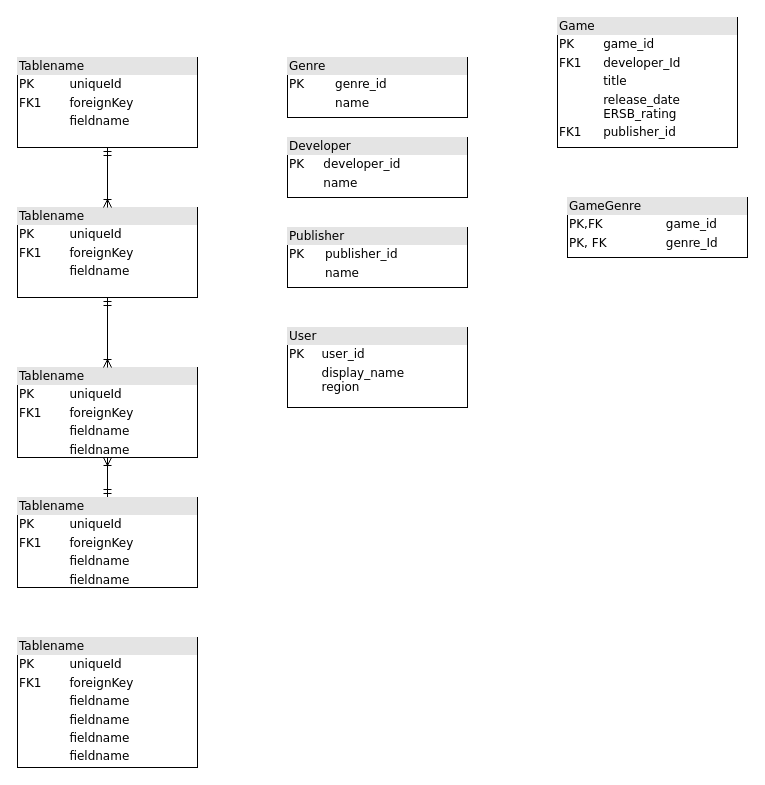
Earlier version of the draw.io diagram logic.drawio (nummy/blog). Source tidied: cells renumbered, new cells numbered last; positions are measured from the earlier drawing's top-left corner, leaving out a move shared by most shapes. Both pictures are drawn from the tidied source at 100%, with x=0, y=0 at pixel (17, 17).
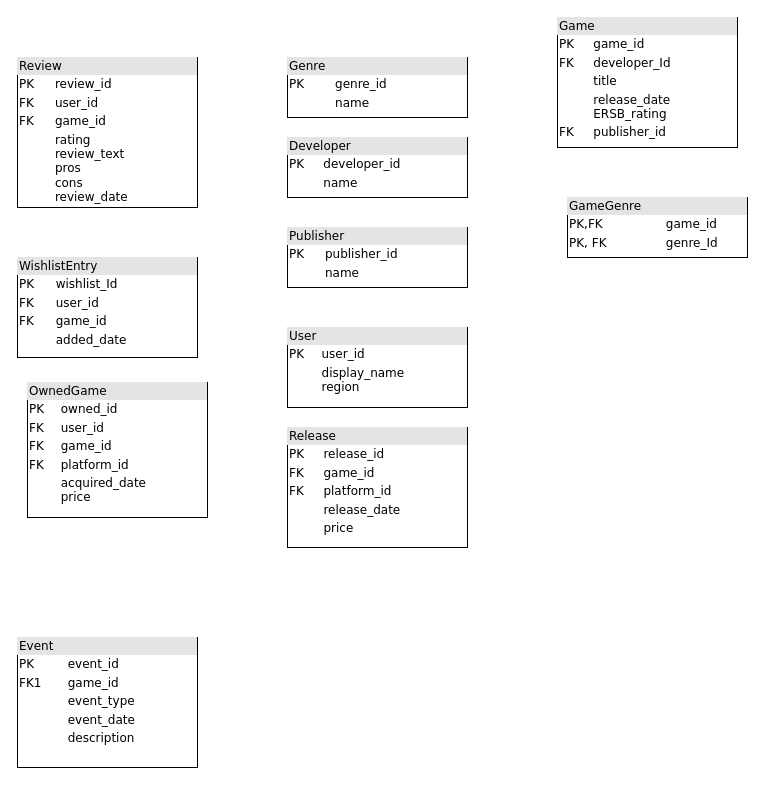
The same diagram, later.

Diff of the diagram source:
```diff
@@
 <mxGraphModel>
   <root>
     <mxCell id="0" />
     <mxCell id="1" parent="0" />
-    <mxCell id="2" value="&lt;div style=&quot;box-sizing:border-box;width:100%;background:#e4e4e4;padding:2px;&quot;&gt;Tablename&lt;/div&gt;&lt;table style=&quot;width:100%;font-size:1em;&quot; cellpadding=&quot;2&quot; cellspacing=&quot;0&quot;&gt;&lt;tr&gt;&lt;td&gt;PK&lt;/td&gt;&lt;td&gt;uniqueId&lt;/td&gt;&lt;/tr&gt;&lt;tr&gt;&lt;td&gt;FK1&lt;/td&gt;&lt;td&gt;foreignKey&lt;/td&gt;&lt;/tr&gt;&lt;tr&gt;&lt;td&gt;&lt;/td&gt;&lt;td&gt;fieldname&lt;/td&gt;&lt;/tr&gt;&lt;/table&gt;" style="verticalAlign=top;align=left;overflow=fill;html=1;rounded=0;shadow=0;comic=0;labelBackgroundColor=none;strokeWidth=1;fontFamily=Verdana;fontSize=12;" parent="1" vertex="1">
-      <mxGeometry y="40" width="180" height="90" as="geometry" />
+    <mxCell id="2" value="&lt;div style=&quot;box-sizing: border-box; width: 100%; background: rgb(228, 228, 228); padding: 2px;&quot;&gt;Review&lt;/div&gt;&lt;table style=&quot;width:100%;font-size:1em;&quot; cellpadding=&quot;2&quot; cellspacing=&quot;0&quot;&gt;&lt;tbody&gt;&lt;tr&gt;&lt;td&gt;PK&lt;/td&gt;&lt;td&gt;review_id&lt;/td&gt;&lt;/tr&gt;&lt;tr&gt;&lt;td&gt;FK&lt;/td&gt;&lt;td&gt;user_id&lt;/td&gt;&lt;/tr&gt;&lt;tr&gt;&lt;td&gt;FK&lt;/td&gt;&lt;td&gt;game_id&lt;/td&gt;&lt;/tr&gt;&lt;tr&gt;&lt;td&gt;&lt;/td&gt;&lt;td&gt;rating&lt;br&gt;review_text&lt;br&gt;pros&lt;br&gt;cons&lt;br&gt;review_date&lt;/td&gt;&lt;/tr&gt;&lt;/tbody&gt;&lt;/table&gt;" style="verticalAlign=top;align=left;overflow=fill;html=1;rounded=0;shadow=0;comic=0;labelBackgroundColor=none;strokeWidth=1;fontFamily=Verdana;fontSize=12;" parent="1" vertex="1">
+      <mxGeometry y="40" width="180" height="150" as="geometry" />
     </mxCell>
-    <mxCell id="3" style="edgeStyle=orthogonalEdgeStyle;html=1;labelBackgroundColor=none;startArrow=ERmandOne;endArrow=ERoneToMany;fontFamily=Verdana;fontSize=12;align=left;" parent="1" edge="1" source="4" target="5">
-      <mxGeometry relative="1" as="geometry" />
-    </mxCell>
-    <mxCell id="4" value="&lt;div style=&quot;box-sizing: border-box ; width: 100% ; background: #e4e4e4 ; padding: 2px&quot;&gt;Tablename&lt;/div&gt;&lt;table style=&quot;width: 100% ; font-size: 1em&quot; cellpadding=&quot;2&quot; cellspacing=&quot;0&quot;&gt;&lt;tbody&gt;&lt;tr&gt;&lt;td&gt;PK&lt;/td&gt;&lt;td&gt;uniqueId&lt;/td&gt;&lt;/tr&gt;&lt;tr&gt;&lt;td&gt;FK1&lt;/td&gt;&lt;td&gt;foreignKey&lt;/td&gt;&lt;/tr&gt;&lt;tr&gt;&lt;td&gt;&lt;/td&gt;&lt;td&gt;fieldname&lt;/td&gt;&lt;/tr&gt;&lt;tr&gt;&lt;td&gt;&lt;br&gt;&lt;/td&gt;&lt;td&gt;fieldname&lt;br&gt;&lt;/td&gt;&lt;/tr&gt;&lt;/tbody&gt;&lt;/table&gt;" style="verticalAlign=top;align=left;overflow=fill;html=1;rounded=0;shadow=0;comic=0;labelBackgroundColor=none;strokeWidth=1;fontFamily=Verdana;fontSize=12;" parent="1" vertex="1">
-      <mxGeometry y="480" width="180" height="90" as="geometry" />
+    <mxCell id="4" value="&lt;div style=&quot;box-sizing: border-box; width: 100%; background: rgb(228, 228, 228); padding: 2px;&quot;&gt;Release&lt;/div&gt;&lt;table style=&quot;width: 100% ; font-size: 1em&quot; cellpadding=&quot;2&quot; cellspacing=&quot;0&quot;&gt;&lt;tbody&gt;&lt;tr&gt;&lt;td&gt;PK&lt;/td&gt;&lt;td&gt;release_id&lt;/td&gt;&lt;/tr&gt;&lt;tr&gt;&lt;td&gt;FK&lt;/td&gt;&lt;td&gt;game_id&lt;/td&gt;&lt;/tr&gt;&lt;tr&gt;&lt;td&gt;FK&lt;/td&gt;&lt;td&gt;platform_id&lt;/td&gt;&lt;/tr&gt;&lt;tr&gt;&lt;td&gt;&lt;/td&gt;&lt;td&gt;release_date&lt;/td&gt;&lt;/tr&gt;&lt;tr&gt;&lt;td&gt;&lt;br&gt;&lt;/td&gt;&lt;td&gt;price&lt;br&gt;&lt;/td&gt;&lt;/tr&gt;&lt;/tbody&gt;&lt;/table&gt;" style="verticalAlign=top;align=left;overflow=fill;html=1;rounded=0;shadow=0;comic=0;labelBackgroundColor=none;strokeWidth=1;fontFamily=Verdana;fontSize=12;" parent="1" vertex="1">
+      <mxGeometry x="270" y="410" width="180" height="120" as="geometry" />
     </mxCell>
-    <mxCell id="5" value="&lt;div style=&quot;box-sizing: border-box ; width: 100% ; background: #e4e4e4 ; padding: 2px&quot;&gt;Tablename&lt;/div&gt;&lt;table style=&quot;width: 100% ; font-size: 1em&quot; cellpadding=&quot;2&quot; cellspacing=&quot;0&quot;&gt;&lt;tbody&gt;&lt;tr&gt;&lt;td&gt;PK&lt;/td&gt;&lt;td&gt;uniqueId&lt;/td&gt;&lt;/tr&gt;&lt;tr&gt;&lt;td&gt;FK1&lt;/td&gt;&lt;td&gt;foreignKey&lt;/td&gt;&lt;/tr&gt;&lt;tr&gt;&lt;td&gt;&lt;/td&gt;&lt;td&gt;fieldname&lt;/td&gt;&lt;/tr&gt;&lt;tr&gt;&lt;td&gt;&lt;br&gt;&lt;/td&gt;&lt;td&gt;fieldname&lt;br&gt;&lt;/td&gt;&lt;/tr&gt;&lt;/tbody&gt;&lt;/table&gt;" style="verticalAlign=top;align=left;overflow=fill;html=1;rounded=0;shadow=0;comic=0;labelBackgroundColor=none;strokeWidth=1;fontFamily=Verdana;fontSize=12;" parent="1" vertex="1">
-      <mxGeometry y="350" width="180" height="90" as="geometry" />
-    </mxCell>
-    <mxCell id="6" style="edgeStyle=orthogonalEdgeStyle;html=1;entryX=0.5;entryY=0;labelBackgroundColor=none;startArrow=ERmandOne;endArrow=ERoneToMany;fontFamily=Verdana;fontSize=12;align=left;" parent="1" edge="1" source="7" target="5">
-      <mxGeometry relative="1" as="geometry" />
-    </mxCell>
-    <mxCell id="7" value="&lt;div style=&quot;box-sizing:border-box;width:100%;background:#e4e4e4;padding:2px;&quot;&gt;Tablename&lt;/div&gt;&lt;table style=&quot;width:100%;font-size:1em;&quot; cellpadding=&quot;2&quot; cellspacing=&quot;0&quot;&gt;&lt;tr&gt;&lt;td&gt;PK&lt;/td&gt;&lt;td&gt;uniqueId&lt;/td&gt;&lt;/tr&gt;&lt;tr&gt;&lt;td&gt;FK1&lt;/td&gt;&lt;td&gt;foreignKey&lt;/td&gt;&lt;/tr&gt;&lt;tr&gt;&lt;td&gt;&lt;/td&gt;&lt;td&gt;fieldname&lt;/td&gt;&lt;/tr&gt;&lt;/table&gt;" style="verticalAlign=top;align=left;overflow=fill;html=1;rounded=0;shadow=0;comic=0;labelBackgroundColor=none;strokeWidth=1;fontFamily=Verdana;fontSize=12;" parent="1" vertex="1">
-      <mxGeometry y="190" width="180" height="90" as="geometry" />
+    <mxCell id="7" value="&lt;div style=&quot;box-sizing: border-box; width: 100%; background: rgb(228, 228, 228); padding: 2px;&quot;&gt;WishlistEntry&lt;/div&gt;&lt;table style=&quot;width:100%;font-size:1em;&quot; cellpadding=&quot;2&quot; cellspacing=&quot;0&quot;&gt;&lt;tbody&gt;&lt;tr&gt;&lt;td&gt;PK&lt;/td&gt;&lt;td&gt;wishlist_Id&lt;/td&gt;&lt;/tr&gt;&lt;tr&gt;&lt;td&gt;FK&lt;/td&gt;&lt;td&gt;user_id&lt;/td&gt;&lt;/tr&gt;&lt;tr&gt;&lt;td&gt;FK&lt;/td&gt;&lt;td&gt;game_id&lt;/td&gt;&lt;/tr&gt;&lt;tr&gt;&lt;td&gt;&lt;/td&gt;&lt;td&gt;added_date&lt;/td&gt;&lt;/tr&gt;&lt;/tbody&gt;&lt;/table&gt;" style="verticalAlign=top;align=left;overflow=fill;html=1;rounded=0;shadow=0;comic=0;labelBackgroundColor=none;strokeWidth=1;fontFamily=Verdana;fontSize=12;" parent="1" vertex="1">
+      <mxGeometry y="240" width="180" height="100" as="geometry" />
     </mxCell>
-    <mxCell id="8" value="&lt;div style=&quot;box-sizing: border-box; width: 100%; background: rgb(228, 228, 228); padding: 2px;&quot;&gt;Game&lt;/div&gt;&lt;table style=&quot;width: 100% ; font-size: 1em&quot; cellpadding=&quot;2&quot; cellspacing=&quot;0&quot;&gt;&lt;tbody&gt;&lt;tr&gt;&lt;td&gt;PK&lt;/td&gt;&lt;td&gt;game_id&lt;/td&gt;&lt;/tr&gt;&lt;tr&gt;&lt;td&gt;FK1&lt;/td&gt;&lt;td&gt;developer_Id&lt;/td&gt;&lt;/tr&gt;&lt;tr&gt;&lt;td&gt;&lt;/td&gt;&lt;td&gt;title&lt;/td&gt;&lt;/tr&gt;&lt;tr&gt;&lt;td&gt;&lt;br&gt;&lt;/td&gt;&lt;td&gt;release_date&lt;br&gt;ERSB_rating&lt;/td&gt;&lt;/tr&gt;&lt;tr&gt;&lt;td&gt;FK1&lt;br&gt;&lt;/td&gt;&lt;td&gt;publisher_id&lt;br&gt;&lt;/td&gt;&lt;/tr&gt;&lt;/tbody&gt;&lt;/table&gt;" style="verticalAlign=top;align=left;overflow=fill;html=1;rounded=0;shadow=0;comic=0;labelBackgroundColor=none;strokeWidth=1;fontFamily=Verdana;fontSize=12;" parent="1" vertex="1">
+    <mxCell id="8" value="&lt;div style=&quot;box-sizing: border-box; width: 100%; background: rgb(228, 228, 228); padding: 2px;&quot;&gt;Game&lt;/div&gt;&lt;table style=&quot;width: 100% ; font-size: 1em&quot; cellpadding=&quot;2&quot; cellspacing=&quot;0&quot;&gt;&lt;tbody&gt;&lt;tr&gt;&lt;td&gt;PK&lt;/td&gt;&lt;td&gt;game_id&lt;/td&gt;&lt;/tr&gt;&lt;tr&gt;&lt;td&gt;FK&lt;/td&gt;&lt;td&gt;developer_Id&lt;/td&gt;&lt;/tr&gt;&lt;tr&gt;&lt;td&gt;&lt;/td&gt;&lt;td&gt;title&lt;/td&gt;&lt;/tr&gt;&lt;tr&gt;&lt;td&gt;&lt;br&gt;&lt;/td&gt;&lt;td&gt;release_date&lt;br&gt;ERSB_rating&lt;/td&gt;&lt;/tr&gt;&lt;tr&gt;&lt;td&gt;FK&lt;br&gt;&lt;/td&gt;&lt;td&gt;publisher_id&lt;br&gt;&lt;/td&gt;&lt;/tr&gt;&lt;/tbody&gt;&lt;/table&gt;" style="verticalAlign=top;align=left;overflow=fill;html=1;rounded=0;shadow=0;comic=0;labelBackgroundColor=none;strokeWidth=1;fontFamily=Verdana;fontSize=12;" parent="1" vertex="1">
       <mxGeometry x="540" width="180" height="130" as="geometry" />
     </mxCell>
-    <mxCell id="9" value="&lt;div style=&quot;box-sizing: border-box ; width: 100% ; background: #e4e4e4 ; padding: 2px&quot;&gt;Tablename&lt;/div&gt;&lt;table style=&quot;width: 100% ; font-size: 1em&quot; cellpadding=&quot;2&quot; cellspacing=&quot;0&quot;&gt;&lt;tbody&gt;&lt;tr&gt;&lt;td&gt;PK&lt;/td&gt;&lt;td&gt;uniqueId&lt;/td&gt;&lt;/tr&gt;&lt;tr&gt;&lt;td&gt;FK1&lt;/td&gt;&lt;td&gt;foreignKey&lt;/td&gt;&lt;/tr&gt;&lt;tr&gt;&lt;td&gt;&lt;/td&gt;&lt;td&gt;fieldname&lt;/td&gt;&lt;/tr&gt;&lt;tr&gt;&lt;td&gt;&lt;br&gt;&lt;/td&gt;&lt;td&gt;fieldname&lt;br&gt;&lt;/td&gt;&lt;/tr&gt;&lt;tr&gt;&lt;td&gt;&lt;br&gt;&lt;/td&gt;&lt;td&gt;fieldname&lt;br&gt;&lt;/td&gt;&lt;/tr&gt;&lt;tr&gt;&lt;td&gt;&lt;br&gt;&lt;/td&gt;&lt;td&gt;fieldname&lt;br&gt;&lt;/td&gt;&lt;/tr&gt;&lt;/tbody&gt;&lt;/table&gt;" style="verticalAlign=top;align=left;overflow=fill;html=1;rounded=0;shadow=0;comic=0;labelBackgroundColor=none;strokeWidth=1;fontFamily=Verdana;fontSize=12;" parent="1" vertex="1">
+    <mxCell id="9" value="&lt;div style=&quot;box-sizing: border-box; width: 100%; background: rgb(228, 228, 228); padding: 2px;&quot;&gt;Event&lt;/div&gt;&lt;table style=&quot;width: 100% ; font-size: 1em&quot; cellpadding=&quot;2&quot; cellspacing=&quot;0&quot;&gt;&lt;tbody&gt;&lt;tr&gt;&lt;td&gt;PK&lt;/td&gt;&lt;td&gt;event_id&lt;/td&gt;&lt;/tr&gt;&lt;tr&gt;&lt;td&gt;FK1&lt;/td&gt;&lt;td&gt;game_id&lt;/td&gt;&lt;/tr&gt;&lt;tr&gt;&lt;td&gt;&lt;/td&gt;&lt;td&gt;event_type&lt;/td&gt;&lt;/tr&gt;&lt;tr&gt;&lt;td&gt;&lt;br&gt;&lt;/td&gt;&lt;td&gt;event_date&lt;br&gt;&lt;/td&gt;&lt;/tr&gt;&lt;tr&gt;&lt;td&gt;&lt;br&gt;&lt;/td&gt;&lt;td&gt;description&lt;br&gt;&lt;/td&gt;&lt;/tr&gt;&lt;/tbody&gt;&lt;/table&gt;" style="verticalAlign=top;align=left;overflow=fill;html=1;rounded=0;shadow=0;comic=0;labelBackgroundColor=none;strokeWidth=1;fontFamily=Verdana;fontSize=12;" parent="1" vertex="1">
       <mxGeometry y="620" width="180" height="130" as="geometry" />
     </mxCell>
-    <mxCell id="10" style="edgeStyle=orthogonalEdgeStyle;html=1;endArrow=ERoneToMany;startArrow=ERmandOne;labelBackgroundColor=none;fontFamily=Verdana;fontSize=12;align=left;exitX=0.5;exitY=1;entryX=0.5;entryY=0;" parent="1" edge="1" source="2" target="7">
-      <mxGeometry relative="1" as="geometry" />
-    </mxCell>
     <mxCell id="11" value="&lt;div style=&quot;box-sizing: border-box; width: 100%; background: rgb(228, 228, 228); padding: 2px;&quot;&gt;Genre&lt;/div&gt;&lt;table style=&quot;width:100%;font-size:1em;&quot; cellpadding=&quot;2&quot; cellspacing=&quot;0&quot;&gt;&lt;tbody&gt;&lt;tr&gt;&lt;td&gt;PK&lt;/td&gt;&lt;td&gt;genre_id&lt;/td&gt;&lt;/tr&gt;&lt;tr&gt;&lt;td&gt;&lt;/td&gt;&lt;td&gt;name&lt;/td&gt;&lt;/tr&gt;&lt;/tbody&gt;&lt;/table&gt;" style="verticalAlign=top;align=left;overflow=fill;html=1;rounded=0;shadow=0;comic=0;labelBackgroundColor=none;strokeWidth=1;fontFamily=Verdana;fontSize=12;" parent="1" vertex="1">
       <mxGeometry x="270" y="40" width="180" height="60" as="geometry" />
     </mxCell>
     <mxCell id="12" value="&lt;div style=&quot;box-sizing: border-box; width: 100%; background: rgb(228, 228, 228); padding: 2px;&quot;&gt;GameGenre&lt;/div&gt;&lt;table style=&quot;width: 100% ; font-size: 1em&quot; cellpadding=&quot;2&quot; cellspacing=&quot;0&quot;&gt;&lt;tbody&gt;&lt;tr&gt;&lt;td&gt;PK,FK&lt;/td&gt;&lt;td&gt;game_id&lt;/td&gt;&lt;/tr&gt;&lt;tr&gt;&lt;td&gt;PK, FK&lt;span style=&quot;white-space: pre;&quot;&gt;&#9;&lt;/span&gt;&lt;br&gt;&lt;/td&gt;&lt;td&gt;genre_Id&lt;/td&gt;&lt;/tr&gt;&lt;/tbody&gt;&lt;/table&gt;" style="verticalAlign=top;align=left;overflow=fill;html=1;rounded=0;shadow=0;comic=0;labelBackgroundColor=none;strokeWidth=1;fontFamily=Verdana;fontSize=12;" parent="1" vertex="1">
       <mxGeometry x="550" y="180" width="180" height="60" as="geometry" />
     </mxCell>
     <mxCell id="13" value="&lt;div style=&quot;box-sizing: border-box; width: 100%; background: rgb(228, 228, 228); padding: 2px;&quot;&gt;Developer&lt;/div&gt;&lt;table style=&quot;width:100%;font-size:1em;&quot; cellpadding=&quot;2&quot; cellspacing=&quot;0&quot;&gt;&lt;tbody&gt;&lt;tr&gt;&lt;td&gt;PK&lt;/td&gt;&lt;td&gt;developer_id&lt;/td&gt;&lt;/tr&gt;&lt;tr&gt;&lt;td&gt;&lt;/td&gt;&lt;td&gt;name&lt;/td&gt;&lt;/tr&gt;&lt;/tbody&gt;&lt;/table&gt;" style="verticalAlign=top;align=left;overflow=fill;html=1;rounded=0;shadow=0;comic=0;labelBackgroundColor=none;strokeWidth=1;fontFamily=Verdana;fontSize=12;" parent="1" vertex="1">
       <mxGeometry x="270" y="120" width="180" height="60" as="geometry" />
     </mxCell>
     <mxCell id="14" value="&lt;div style=&quot;box-sizing: border-box; width: 100%; background: rgb(228, 228, 228); padding: 2px;&quot;&gt;Publisher&lt;/div&gt;&lt;table style=&quot;width:100%;font-size:1em;&quot; cellpadding=&quot;2&quot; cellspacing=&quot;0&quot;&gt;&lt;tbody&gt;&lt;tr&gt;&lt;td&gt;PK&lt;/td&gt;&lt;td&gt;publisher_id&lt;/td&gt;&lt;/tr&gt;&lt;tr&gt;&lt;td&gt;&lt;/td&gt;&lt;td&gt;name&lt;/td&gt;&lt;/tr&gt;&lt;/tbody&gt;&lt;/table&gt;" style="verticalAlign=top;align=left;overflow=fill;html=1;rounded=0;shadow=0;comic=0;labelBackgroundColor=none;strokeWidth=1;fontFamily=Verdana;fontSize=12;" parent="1" vertex="1">
       <mxGeometry x="270" y="210" width="180" height="60" as="geometry" />
     </mxCell>
     <mxCell id="15" value="&lt;div style=&quot;box-sizing: border-box; width: 100%; background: rgb(228, 228, 228); padding: 2px;&quot;&gt;User&lt;/div&gt;&lt;table style=&quot;width:100%;font-size:1em;&quot; cellpadding=&quot;2&quot; cellspacing=&quot;0&quot;&gt;&lt;tbody&gt;&lt;tr&gt;&lt;td&gt;PK&lt;/td&gt;&lt;td&gt;user_id&lt;/td&gt;&lt;/tr&gt;&lt;tr&gt;&lt;td&gt;&lt;/td&gt;&lt;td&gt;display_name&lt;br&gt;region&lt;/td&gt;&lt;/tr&gt;&lt;/tbody&gt;&lt;/table&gt;" style="verticalAlign=top;align=left;overflow=fill;html=1;rounded=0;shadow=0;comic=0;labelBackgroundColor=none;strokeWidth=1;fontFamily=Verdana;fontSize=12;" parent="1" vertex="1">
       <mxGeometry x="270" y="310" width="180" height="80" as="geometry" />
     </mxCell>
+    <mxCell id="16" value="&lt;div style=&quot;box-sizing: border-box; width: 100%; background: rgb(228, 228, 228); padding: 2px;&quot;&gt;OwnedGame&lt;/div&gt;&lt;table style=&quot;width:100%;font-size:1em;&quot; cellpadding=&quot;2&quot; cellspacing=&quot;0&quot;&gt;&lt;tbody&gt;&lt;tr&gt;&lt;td&gt;PK&lt;/td&gt;&lt;td&gt;owned_id&lt;/td&gt;&lt;/tr&gt;&lt;tr&gt;&lt;td&gt;FK&lt;/td&gt;&lt;td&gt;user_id&lt;/td&gt;&lt;/tr&gt;&lt;tr&gt;&lt;td&gt;FK&lt;/td&gt;&lt;td&gt;game_id&lt;/td&gt;&lt;/tr&gt;&lt;tr&gt;&lt;td&gt;FK&lt;/td&gt;&lt;td&gt;platform_id&lt;/td&gt;&lt;/tr&gt;&lt;tr&gt;&lt;td&gt;&lt;/td&gt;&lt;td&gt;acquired_date&lt;br&gt;price&lt;/td&gt;&lt;/tr&gt;&lt;/tbody&gt;&lt;/table&gt;" style="verticalAlign=top;align=left;overflow=fill;html=1;rounded=0;shadow=0;comic=0;labelBackgroundColor=none;strokeWidth=1;fontFamily=Verdana;fontSize=12;" parent="1" vertex="1">
+      <mxGeometry x="10" y="365" width="180" height="135" as="geometry" />
+    </mxCell>
   </root>
 </mxGraphModel>
```
